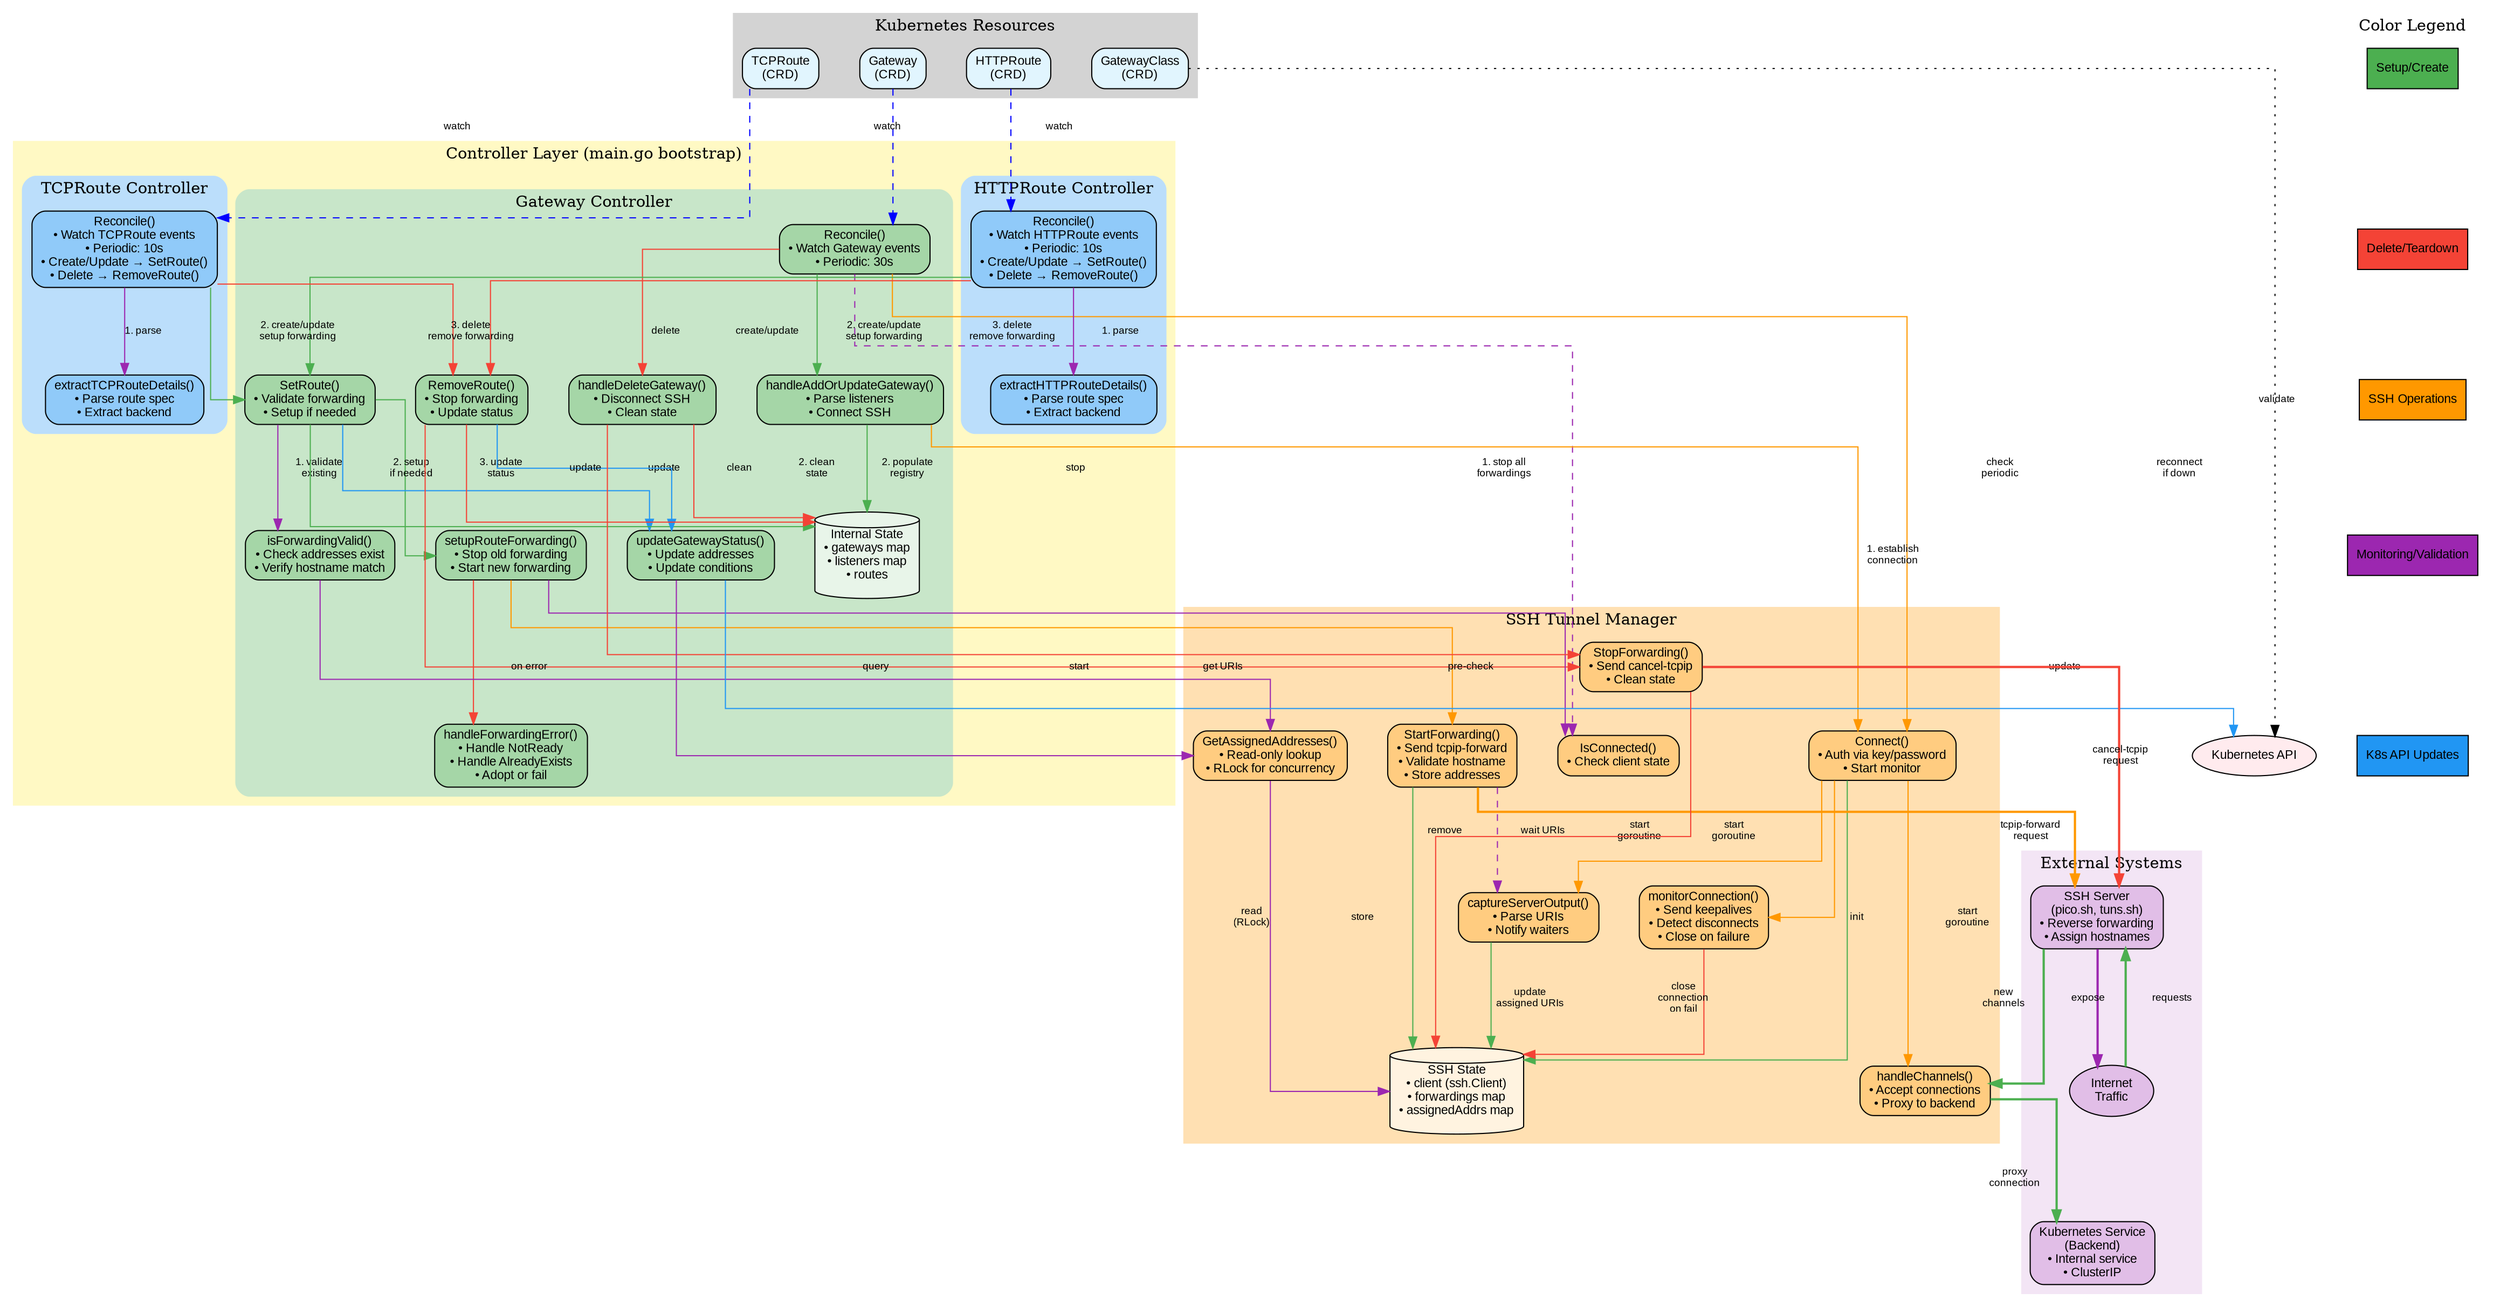
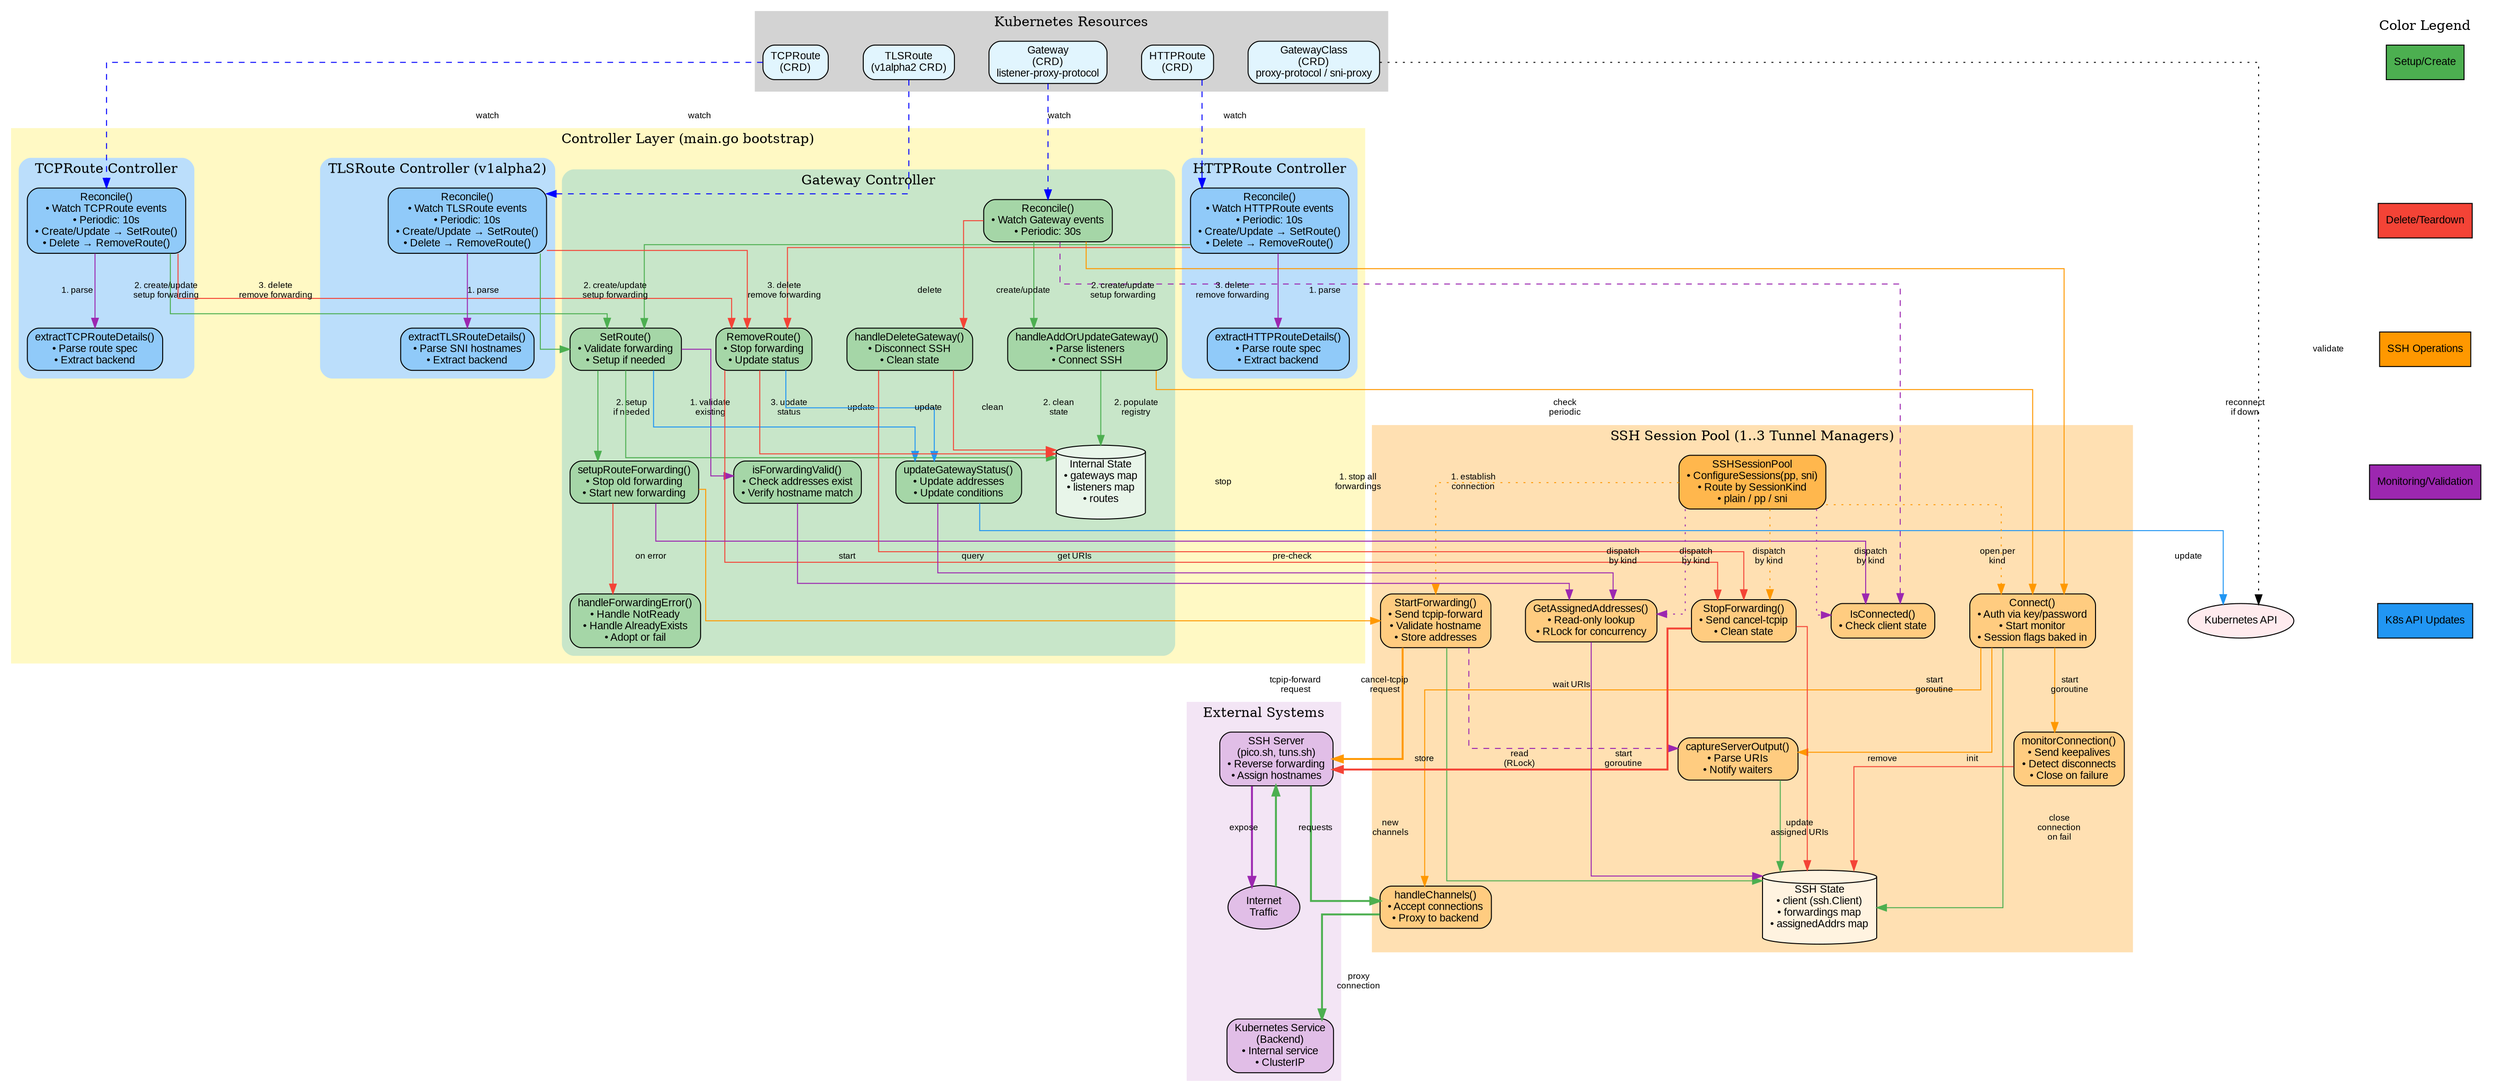
digraph SSHGatewayController {
    // Graph settings
    rankdir=TB;
    compound=true;
    newrank=true;
    splines=ortho;
    nodesep=0.5;
    ranksep=0.8;

    // Style definitions
    node [shape=box, style="rounded,filled", fontname="Arial", fontsize=11];
    edge [fontname="Arial", fontsize=9];

    // Kubernetes Resources Layer
    subgraph cluster_k8s {
        label="Kubernetes Resources";
        style=filled;
        color=lightgrey;

-         GatewayClass [label="GatewayClass\n(CRD)", fillcolor="#E1F5FE"];
-         Gateway [label="Gateway\n(CRD)", fillcolor="#E1F5FE"];
+         GatewayClass [label="GatewayClass\n(CRD)\nproxy-protocol / sni-proxy", fillcolor="#E1F5FE"];
+         Gateway [label="Gateway\n(CRD)\nlistener-proxy-protocol", fillcolor="#E1F5FE"];
        HTTPRoute [label="HTTPRoute\n(CRD)", fillcolor="#E1F5FE"];
        TCPRoute [label="TCPRoute\n(CRD)", fillcolor="#E1F5FE"];
- 
-         {rank=same; GatewayClass; Gateway; HTTPRoute; TCPRoute}
+         TLSRoute [label="TLSRoute\n(v1alpha2 CRD)", fillcolor="#E1F5FE"];
+ 
+         {rank=same; GatewayClass; Gateway; HTTPRoute; TCPRoute; TLSRoute}
    }

    // Controller Layer
    subgraph cluster_controllers {
        label="Controller Layer (main.go bootstrap)";
        style=filled;
        color="#FFF9C4";

        // Gateway Controller
        subgraph cluster_gateway_controller {
            label="Gateway Controller";
            style="rounded,filled";
            color="#C8E6C9";

            GWReconcile [label="Reconcile()\n• Watch Gateway events\n• Periodic: 30s", fillcolor="#A5D6A7"];
            GWSetRoute [label="SetRoute()\n• Validate forwarding\n• Setup if needed", fillcolor="#A5D6A7"];
            GWRemoveRoute [label="RemoveRoute()\n• Stop forwarding\n• Update status", fillcolor="#A5D6A7"];
            GWSetupRouteForwarding [label="setupRouteForwarding()\n• Stop old forwarding\n• Start new forwarding", fillcolor="#A5D6A7"];
            GWHandleForwardingError [label="handleForwardingError()\n• Handle NotReady\n• Handle AlreadyExists\n• Adopt or fail", fillcolor="#A5D6A7"];
            GWIsForwardingValid [label="isForwardingValid()\n• Check addresses exist\n• Verify hostname match", fillcolor="#A5D6A7"];
            GWHandleAdd [label="handleAddOrUpdateGateway()\n• Parse listeners\n• Connect SSH", fillcolor="#A5D6A7"];
            GWHandleDelete [label="handleDeleteGateway()\n• Disconnect SSH\n• Clean state", fillcolor="#A5D6A7"];
            GWUpdateStatus [label="updateGatewayStatus()\n• Update addresses\n• Update conditions", fillcolor="#A5D6A7"];

            // Internal state
            GWState [label="Internal State\n• gateways map\n• listeners map\n• routes", shape=cylinder, fillcolor="#E8F5E9"];
        }

        // HTTPRoute Controller
        subgraph cluster_http_controller {
            label="HTTPRoute Controller";
            style="rounded,filled";
            color="#BBDEFB";

            HTTPReconcile [label="Reconcile()\n• Watch HTTPRoute events\n• Periodic: 10s\n• Create/Update → SetRoute()\n• Delete → RemoveRoute()", fillcolor="#90CAF9"];
            HTTPExtract [label="extractHTTPRouteDetails()\n• Parse route spec\n• Extract backend", fillcolor="#90CAF9"];
        }

        // TCPRoute Controller
        subgraph cluster_tcp_controller {
            label="TCPRoute Controller";
            style="rounded,filled";
            color="#BBDEFB";

            TCPReconcile [label="Reconcile()\n• Watch TCPRoute events\n• Periodic: 10s\n• Create/Update → SetRoute()\n• Delete → RemoveRoute()", fillcolor="#90CAF9"];
            TCPExtract [label="extractTCPRouteDetails()\n• Parse route spec\n• Extract backend", fillcolor="#90CAF9"];
        }
+ 
+         // TLSRoute Controller
+         subgraph cluster_tls_controller {
+             label="TLSRoute Controller (v1alpha2)";
+             style="rounded,filled";
+             color="#BBDEFB";
+ 
+             TLSReconcile [label="Reconcile()\n• Watch TLSRoute events\n• Periodic: 10s\n• Create/Update → SetRoute()\n• Delete → RemoveRoute()", fillcolor="#90CAF9"];
+             TLSExtract [label="extractTLSRouteDetails()\n• Parse SNI hostnames\n• Extract backend", fillcolor="#90CAF9"];
+         }
    }

    // SSH Manager Layer
    subgraph cluster_ssh {
-         label="SSH Tunnel Manager";
+         label="SSH Session Pool (1..3 Tunnel Managers)";
        style=filled;
        color="#FFE0B2";

-         SSHConnect [label="Connect()\n• Auth via key/password\n• Start monitor", fillcolor="#FFCC80"];
+         SSHPool [label="SSHSessionPool\n• ConfigureSessions(pp, sni)\n• Route by SessionKind\n• plain / pp / sni", fillcolor="#FFB74D"];
+         SSHConnect [label="Connect()\n• Auth via key/password\n• Start monitor\n• Session flags baked in", fillcolor="#FFCC80"];
        SSHMonitor [label="monitorConnection()\n• Send keepalives\n• Detect disconnects\n• Close on failure", fillcolor="#FFCC80"];
        SSHStartForwarding [label="StartForwarding()\n• Send tcpip-forward\n• Validate hostname\n• Store addresses", fillcolor="#FFCC80"];
        SSHStopForwarding [label="StopForwarding()\n• Send cancel-tcpip\n• Clean state", fillcolor="#FFCC80"];
        SSHGetAddresses [label="GetAssignedAddresses()\n• Read-only lookup\n• RLock for concurrency", fillcolor="#FFCC80"];
        SSHIsConnected [label="IsConnected()\n• Check client state", fillcolor="#FFCC80"];
        SSHHandleChannels [label="handleChannels()\n• Accept connections\n• Proxy to backend", fillcolor="#FFCC80"];
        SSHCaptureOutput [label="captureServerOutput()\n• Parse URIs\n• Notify waiters", fillcolor="#FFCC80"];

        // Internal state
        SSHState [label="SSH State\n• client (ssh.Client)\n• forwardings map\n• assignedAddrs map", shape=cylinder, fillcolor="#FFF3E0"];
    }

    // External Systems
    subgraph cluster_external {
        label="External Systems";
        style=filled;
        color="#F3E5F5";

        SSHServer [label="SSH Server\n(pico.sh, tuns.sh)\n• Reverse forwarding\n• Assign hostnames", fillcolor="#E1BEE7"];
        K8sBackend [label="Kubernetes Service\n(Backend)\n• Internal service\n• ClusterIP", fillcolor="#E1BEE7"];
        Internet [label="Internet\nTraffic", fillcolor="#E1BEE7", shape=ellipse];
    }

    // K8s API
    K8sAPI [label="Kubernetes API", fillcolor="#FFEBEE", shape=ellipse];

    // ========================================
    // RELATIONSHIPS - Kubernetes Resources
    // ========================================

    Gateway -> GWReconcile [label="watch", style=dashed, color=blue];
    HTTPRoute -> HTTPReconcile [label="watch", style=dashed, color=blue];
    TCPRoute -> TCPReconcile [label="watch", style=dashed, color=blue];
+     TLSRoute -> TLSReconcile [label="watch", style=dashed, color=blue];
    GatewayClass -> K8sAPI [label="validate", style=dotted];

    // ========================================
    // RELATIONSHIPS - Gateway Controller Flow
    // ========================================
    // Color: #2196F3 = Kubernetes events
    // Color: #4CAF50 = Setup/Create flows
    // Color: #F44336 = Teardown/Delete flows
    // Color: #FF9800 = SSH operations
    // Color: #9C27B0 = Periodic/monitoring

    GWReconcile -> GWHandleAdd [label="create/update", color="#4CAF50"];
    GWReconcile -> GWHandleDelete [label="delete", color="#F44336"];
    GWReconcile -> SSHIsConnected [label="check\nperiodic", color="#9C27B0", style=dashed];
    GWReconcile -> SSHConnect [label="reconnect\nif down", color="#FF9800"];

    GWHandleAdd -> SSHConnect [label="1. establish\nconnection", color="#FF9800"];
    GWHandleAdd -> GWState [label="2. populate\nregistry", color="#4CAF50"];

    GWHandleDelete -> SSHStopForwarding [label="1. stop all\nforwardings", color="#F44336"];
    GWHandleDelete -> GWState [label="2. clean\nstate", color="#F44336"];

    GWSetRoute -> GWIsForwardingValid [label="1. validate\nexisting", color="#9C27B0"];
    GWSetRoute -> GWSetupRouteForwarding [label="2. setup\nif needed", color="#4CAF50"];
    GWSetRoute -> GWUpdateStatus [label="3. update\nstatus", color="#2196F3"];
    GWSetRoute -> GWState [label="update", color="#4CAF50"];

    GWSetupRouteForwarding -> SSHIsConnected [label="pre-check", color="#9C27B0"];
    GWSetupRouteForwarding -> SSHStartForwarding [label="start", color="#FF9800"];
    GWSetupRouteForwarding -> GWHandleForwardingError [label="on error", color="#F44336"];

    GWIsForwardingValid -> SSHGetAddresses [label="query", color="#9C27B0"];

    GWRemoveRoute -> SSHStopForwarding [label="stop", color="#F44336"];
    GWRemoveRoute -> GWUpdateStatus [label="update", color="#2196F3"];
    GWRemoveRoute -> GWState [label="clean", color="#F44336"];

    GWUpdateStatus -> SSHGetAddresses [label="get URIs", color="#9C27B0"];
    GWUpdateStatus -> K8sAPI [label="update", color="#2196F3"];

    // ========================================
    // RELATIONSHIPS - Route Controllers
    // ========================================

    HTTPReconcile -> HTTPExtract [label="1. parse", color="#9C27B0"];
    HTTPReconcile -> GWSetRoute [label="2. create/update\nsetup forwarding", color="#4CAF50"];
    HTTPReconcile -> GWRemoveRoute [label="3. delete\nremove forwarding", color="#F44336"];

    TCPReconcile -> TCPExtract [label="1. parse", color="#9C27B0"];
    TCPReconcile -> GWSetRoute [label="2. create/update\nsetup forwarding", color="#4CAF50"];
    TCPReconcile -> GWRemoveRoute [label="3. delete\nremove forwarding", color="#F44336"];

+     TLSReconcile -> TLSExtract [label="1. parse", color="#9C27B0"];
+     TLSReconcile -> GWSetRoute [label="2. create/update\nsetup forwarding", color="#4CAF50"];
+     TLSReconcile -> GWRemoveRoute [label="3. delete\nremove forwarding", color="#F44336"];
+ 
    // ========================================
    // RELATIONSHIPS - SSH Manager Internal
    // ========================================

    SSHConnect -> SSHMonitor [label="start\ngoroutine", color="#FF9800"];
    SSHConnect -> SSHHandleChannels [label="start\ngoroutine", color="#FF9800"];
    SSHConnect -> SSHCaptureOutput [label="start\ngoroutine", color="#FF9800"];
    SSHConnect -> SSHState [label="init", color="#4CAF50"];

    SSHMonitor -> SSHState [label="close\nconnection\non fail", color="#F44336"];

    SSHStartForwarding -> SSHServer [label="tcpip-forward\nrequest", color="#FF9800", penwidth=2];
    SSHStartForwarding -> SSHCaptureOutput [label="wait URIs", style=dashed, color="#9C27B0"];
    SSHStartForwarding -> SSHState [label="store", color="#4CAF50"];

    SSHStopForwarding -> SSHServer [label="cancel-tcpip\nrequest", color="#F44336", penwidth=2];
    SSHStopForwarding -> SSHState [label="remove", color="#F44336"];

    SSHGetAddresses -> SSHState [label="read\n(RLock)", color="#9C27B0"];

    SSHHandleChannels -> K8sBackend [label="proxy\nconnection", color="#4CAF50", penwidth=2];

    SSHCaptureOutput -> SSHState [label="update\nassigned URIs", color="#4CAF50"];

    // ========================================
    // RELATIONSHIPS - External Systems
    // ========================================

    SSHServer -> Internet [label="expose", color="#9C27B0", penwidth=2];
    Internet -> SSHServer [label="requests", color="#4CAF50", penwidth=2];
    SSHServer -> SSHHandleChannels [label="new\nchannels", color="#4CAF50", penwidth=2];

+     // Pool routes Gateway calls to per-kind managers
+     SSHPool -> SSHConnect [label="open per\nkind", color="#FF9800", style=dotted];
+     SSHPool -> SSHStartForwarding [label="dispatch\nby kind", color="#FF9800", style=dotted];
+     SSHPool -> SSHStopForwarding [label="dispatch\nby kind", color="#FF9800", style=dotted];
+     SSHPool -> SSHGetAddresses [label="dispatch\nby kind", color="#9C27B0", style=dotted];
+     SSHPool -> SSHIsConnected [label="dispatch\nby kind", color="#9C27B0", style=dotted];
+ 
    // Periodic reconciliation annotations
-     {rank=same; GWReconcile; HTTPReconcile; TCPReconcile}
+     {rank=same; GWReconcile; HTTPReconcile; TCPReconcile; TLSReconcile}

    // Legend
    subgraph cluster_legend {
        label="Color Legend";
        style=filled;
        color=white;

        leg1 [label="Setup/Create", shape=box, style="filled", fillcolor="#4CAF50"];
        leg2 [label="Delete/Teardown", shape=box, style="filled", fillcolor="#F44336"];
        leg3 [label="SSH Operations", shape=box, style="filled", fillcolor="#FF9800"];
        leg4 [label="Monitoring/Validation", shape=box, style="filled", fillcolor="#9C27B0"];
        leg5 [label="K8s API Updates", shape=box, style="filled", fillcolor="#2196F3"];

        leg1 -> leg2 [style=invis];
        leg2 -> leg3 [style=invis];
        leg3 -> leg4 [style=invis];
        leg4 -> leg5 [style=invis];
    }
}
